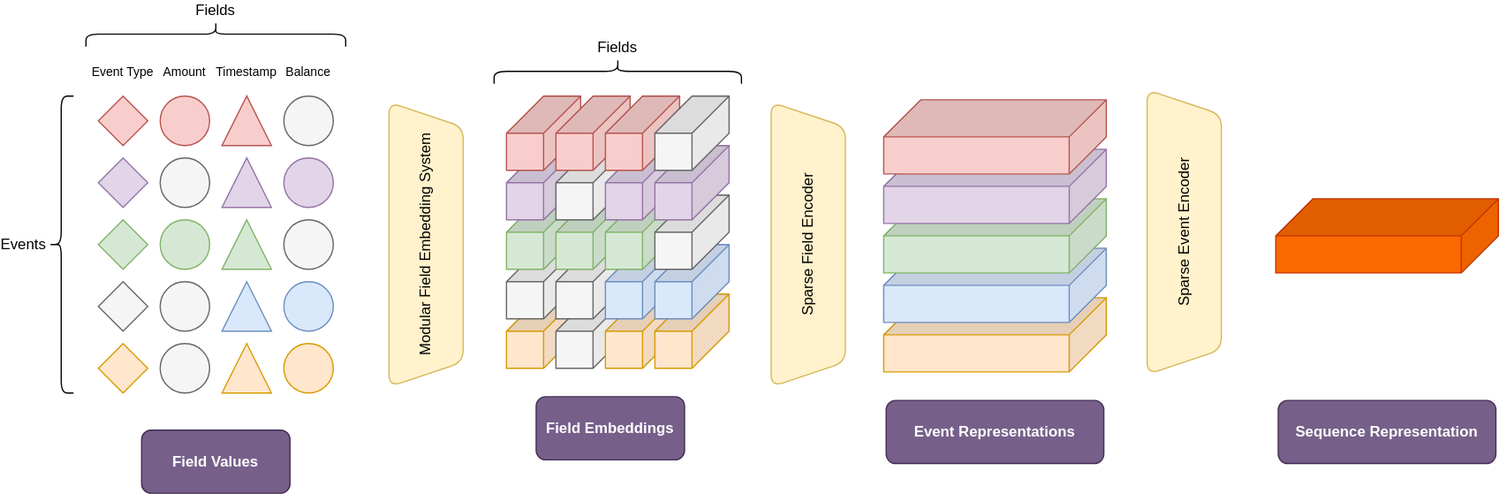
Earlier version of the draw.io export docs/diagrams/architecture.drawio.svg (granthamtaylor/windmark). Source tidied: cells renumbered, new cells last; positions are measured from the earlier drawing's top-left corner, leaving out a move shared by most shapes.
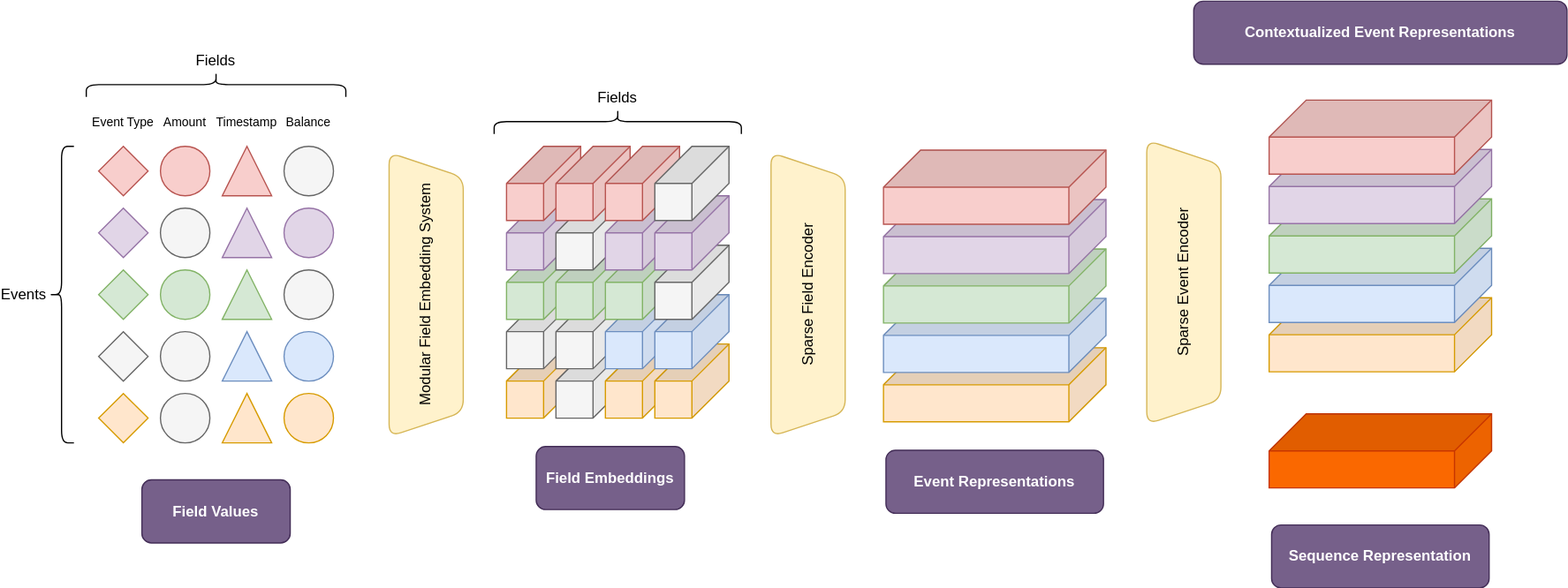
The same file after the commit.

The edit, as a diff of the source:
```diff
@@ -174,13 +174,31 @@
       <mxGeometry x="677" y="306" width="176" height="51" as="geometry" />
     </mxCell>
     <mxCell id="59" value="Sequence Representation" style="whiteSpace=wrap;html=1;fontStyle=1;rounded=1;fillColor=#76608a;fontColor=#ffffff;strokeColor=#432D57;fontFamily=Arial;" parent="1" vertex="1">
-      <mxGeometry x="994" y="306" width="176" height="51" as="geometry" />
+      <mxGeometry x="989" y="366.5" width="176" height="51" as="geometry" />
     </mxCell>
     <mxCell id="60" value="Field Values" style="whiteSpace=wrap;html=1;fontStyle=1;rounded=1;fillColor=#76608a;fontColor=#ffffff;strokeColor=#432D57;fontFamily=Arial;" parent="1" vertex="1">
       <mxGeometry x="75" y="330" width="120" height="51" as="geometry" />
     </mxCell>
     <mxCell id="61" style="shape=cube;whiteSpace=wrap;html=1;boundedLbl=1;backgroundOutline=1;darkOpacity=0.05;darkOpacity2=0.1;rounded=1;rotation=90;size=30;fillColor=#fa6800;strokeColor=#C73500;fontColor=#000000;fontFamily=Arial;" parent="1" vertex="1">
-      <mxGeometry x="1052" y="83" width="60" height="180" as="geometry" />
+      <mxGeometry x="1047" y="216.5" width="60" height="180" as="geometry" />
     </mxCell>
+    <mxCell id="62" style="shape=cube;whiteSpace=wrap;html=1;boundedLbl=1;backgroundOutline=1;darkOpacity=0.05;darkOpacity2=0.1;rounded=1;rotation=90;size=30;fillColor=#ffe6cc;strokeColor=#d79b00;fontFamily=Arial;" parent="1" vertex="1">
+      <mxGeometry x="1047" y="122.5" width="60" height="180" as="geometry" />
+    </mxCell>
+    <mxCell id="63" style="shape=cube;whiteSpace=wrap;html=1;boundedLbl=1;backgroundOutline=1;darkOpacity=0.05;darkOpacity2=0.1;rounded=1;rotation=90;size=30;fillColor=#dae8fc;strokeColor=#6c8ebf;fontFamily=Arial;" parent="1" vertex="1">
+      <mxGeometry x="1047" y="82.5" width="60" height="180" as="geometry" />
+    </mxCell>
+    <mxCell id="64" style="shape=cube;whiteSpace=wrap;html=1;boundedLbl=1;backgroundOutline=1;darkOpacity=0.05;darkOpacity2=0.1;rounded=1;rotation=90;size=30;fillColor=#d5e8d4;strokeColor=#82b366;fontFamily=Arial;" parent="1" vertex="1">
+      <mxGeometry x="1047" y="42.5" width="60" height="180" as="geometry" />
+    </mxCell>
+    <mxCell id="65" style="shape=cube;whiteSpace=wrap;html=1;boundedLbl=1;backgroundOutline=1;darkOpacity=0.05;darkOpacity2=0.1;rounded=1;rotation=90;size=30;fillColor=#e1d5e7;strokeColor=#9673a6;fontFamily=Arial;" parent="1" vertex="1">
+      <mxGeometry x="1047" y="2.5" width="60" height="180" as="geometry" />
+    </mxCell>
+    <mxCell id="66" style="shape=cube;whiteSpace=wrap;html=1;boundedLbl=1;backgroundOutline=1;darkOpacity=0.05;darkOpacity2=0.1;rounded=1;rotation=90;size=30;fillColor=#f8cecc;strokeColor=#b85450;fontFamily=Arial;" parent="1" vertex="1">
+      <mxGeometry x="1047" y="-37.5" width="60" height="180" as="geometry" />
+    </mxCell>
+    <mxCell id="67" value="Contextualized Event Representations" style="whiteSpace=wrap;html=1;fontStyle=1;rounded=1;fillColor=#76608a;fontColor=#ffffff;strokeColor=#432D57;fontFamily=Arial;" parent="1" vertex="1">
+      <mxGeometry x="926" y="-57.5" width="302" height="51" as="geometry" />
+    </mxCell>
   </root>
 </mxGraphModel>
```
